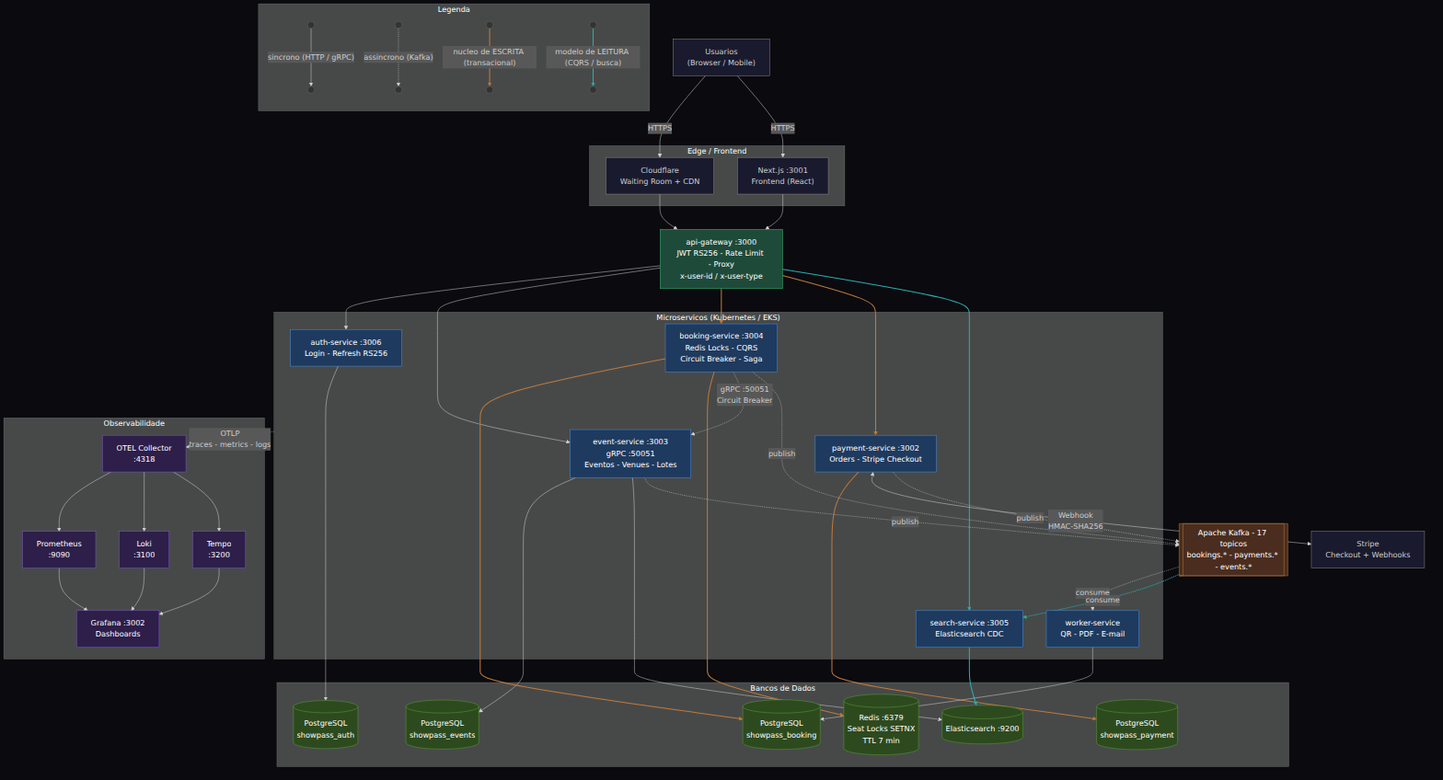
Earlier version of the Mermaid export docs/diagrams/01-arquitetura-completa.png (diegocar448/ticketmaster_microsservicosescalaveis). Its source is kept beside it as docs/diagrams/01-arquitetura-completa.mmd.
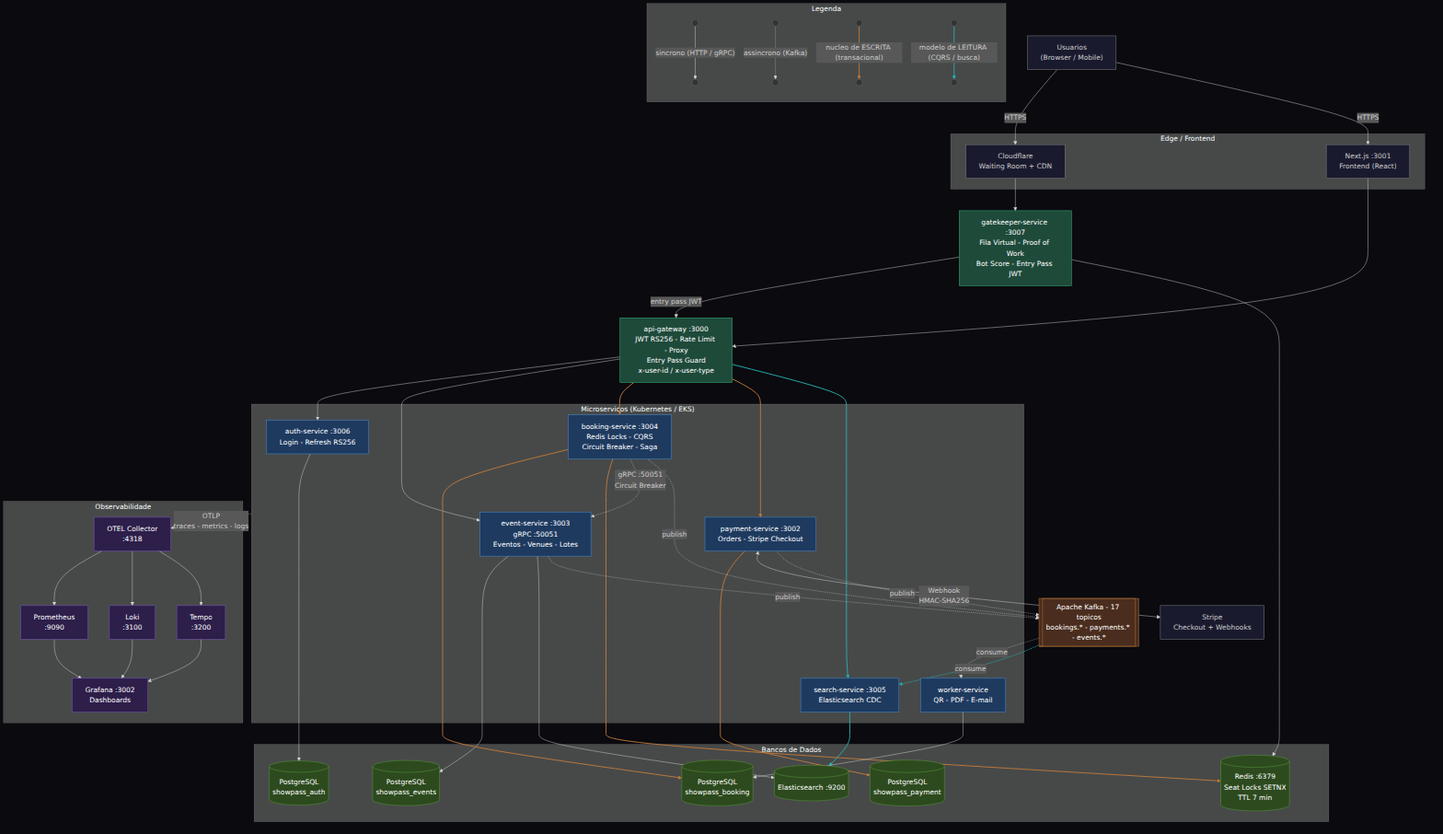
Later version of the same file.

What changed in the source:
```diff
@@ -7,7 +7,9 @@
         WEB["Next.js :3001\nFrontend (React)"]
     end
 
-    GW["api-gateway :3000\nJWT RS256 - Rate Limit - Proxy\nx-user-id / x-user-type"]
+    GATE["gatekeeper-service :3007\nFila Virtual - Proof of Work\nBot Score - Entry Pass JWT"]
+
+    GW["api-gateway :3000\nJWT RS256 - Rate Limit - Proxy\nEntry Pass Guard\nx-user-id / x-user-type"]
 
     subgraph SVC["Microservicos (Kubernetes / EKS)"]
         direction LR
@@ -51,7 +53,7 @@
 
     USERS -->|HTTPS| CF
     USERS -->|HTTPS| WEB
-    CF --> GW
+    CF --> GATE
     WEB --> GW
     GW --> AUTH
     GW --> EVENT
@@ -86,6 +88,9 @@
     LOKI --> GRAFANA
     TEMPO --> GRAFANA
 
+    GATE -->|"entry pass JWT"| GW
+    GATE --> REDIS
+
     classDef service fill:#1e3a5f,stroke:#4a90d9,color:#fff
     classDef db fill:#2d4a1e,stroke:#5a9e3a,color:#fff
     classDef infra fill:#4a2d1e,stroke:#c07a3a,color:#fff
@@ -97,7 +102,7 @@
     class USERDB,EVENTDB,BOOKINGDB,PAYMENTDB,REDIS,ES db
     class KAFKA infra
     class OTEL,PROM,LOKI,TEMPO,GRAFANA obs
-    class GW gateway
+    class GW,GATE gateway
     class USERS,STRIPE,CF,WEB external
 
     classDef legend fill:#333,stroke:#666,color:#333,width:14px,height:14px
```
